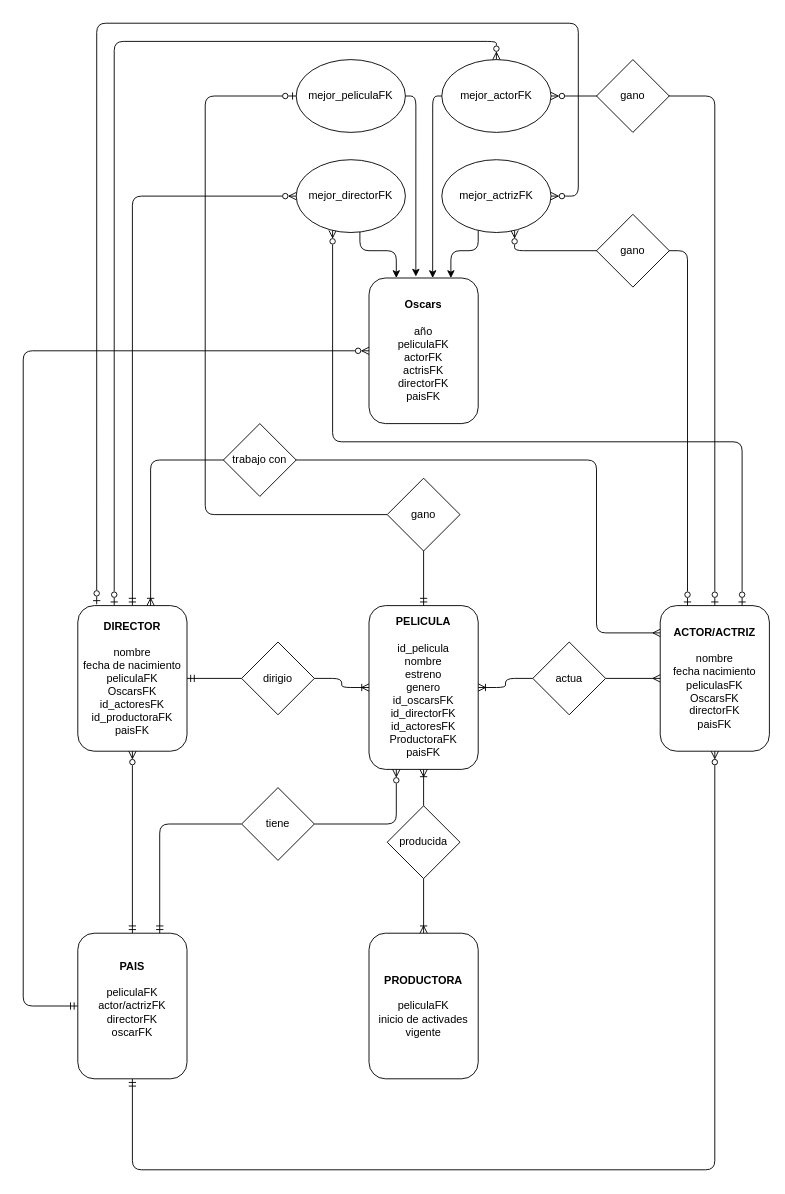
Above: Diagrama.drawio in EmanuelRigo/pre-entrega-1-sql-coderhouse (draw.io), before the change. Source tidied: cells renumbered, new cells numbered last; positions are measured from the earlier drawing's top-left corner, leaving out a move shared by most shapes. Both pictures are drawn from the tidied source at 91%, with x=0, y=0 at pixel (23, 23).
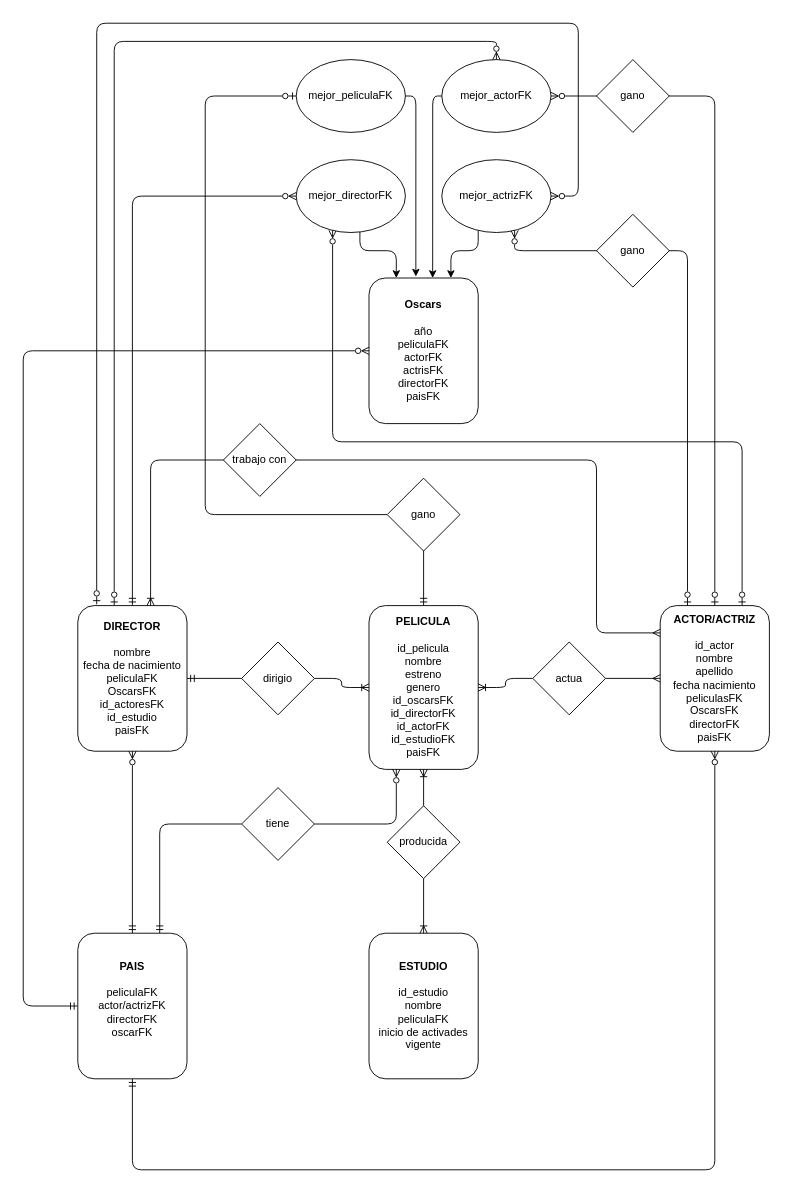
Above is the later version.

What changed in the source:
```diff
@@
-    <mxCell id="2" value="&lt;b&gt;PELICULA&lt;/b&gt;&lt;div&gt;&lt;b&gt;&lt;br&gt;&lt;/b&gt;&lt;/div&gt;&lt;div&gt;id_pelicula&lt;/div&gt;&lt;div&gt;nombre&lt;/div&gt;&lt;div&gt;estreno&lt;/div&gt;&lt;div&gt;genero&lt;/div&gt;&lt;div&gt;id_oscarsFK&lt;/div&gt;&lt;div&gt;id_directorFK&lt;/div&gt;&lt;div&gt;id_actoresFK&lt;/div&gt;&lt;div&gt;ProductoraFK&lt;/div&gt;&lt;div&gt;paisFK&lt;/div&gt;" style="rounded=1;whiteSpace=wrap;html=1;" parent="1" vertex="1">
+    <mxCell id="2" value="&lt;b&gt;PELICULA&lt;/b&gt;&lt;div&gt;&lt;b&gt;&lt;br&gt;&lt;/b&gt;&lt;/div&gt;&lt;div&gt;id_pelicula&lt;/div&gt;&lt;div&gt;nombre&lt;/div&gt;&lt;div&gt;estreno&lt;/div&gt;&lt;div&gt;genero&lt;/div&gt;&lt;div&gt;id_oscarsFK&lt;/div&gt;&lt;div&gt;id_directorFK&lt;/div&gt;&lt;div&gt;id_actorFK&lt;/div&gt;&lt;div&gt;id_estudioFK&lt;/div&gt;&lt;div&gt;paisFK&lt;/div&gt;" style="rounded=1;whiteSpace=wrap;html=1;" parent="1" vertex="1">
       <mxGeometry x="380" y="640" width="120" height="180" as="geometry" />
     </mxCell>
-    <mxCell id="3" value="&lt;b&gt;PRODUCTORA&lt;/b&gt;&lt;div&gt;&lt;b&gt;&lt;br&gt;&lt;/b&gt;&lt;/div&gt;&lt;div&gt;peliculaFK&lt;/div&gt;&lt;div&gt;inicio de activades&lt;/div&gt;&lt;div&gt;vigente&lt;/div&gt;" style="rounded=1;whiteSpace=wrap;html=1;" parent="1" vertex="1">
+    <mxCell id="3" value="&lt;b&gt;ESTUDIO&lt;/b&gt;&lt;br&gt;&lt;div&gt;&lt;b&gt;&lt;br&gt;&lt;/b&gt;&lt;/div&gt;&lt;div&gt;id_estudio&lt;/div&gt;&lt;div&gt;nombre&lt;/div&gt;&lt;div&gt;peliculaFK&lt;/div&gt;&lt;div&gt;inicio de activades&lt;/div&gt;&lt;div&gt;vigente&lt;/div&gt;" style="rounded=1;whiteSpace=wrap;html=1;" parent="1" vertex="1">
       <mxGeometry x="380" y="1000" width="120" height="160" as="geometry" />
     </mxCell>
@@
-    <mxCell id="7" value="&lt;b&gt;ACTOR/ACTRIZ&lt;/b&gt;&lt;br&gt;&lt;div&gt;&lt;br&gt;&lt;/div&gt;&lt;div&gt;nombre&lt;/div&gt;&lt;div&gt;fecha nacimiento&lt;/div&gt;&lt;div&gt;peliculasFK&lt;/div&gt;&lt;div&gt;OscarsFK&lt;/div&gt;&lt;div&gt;directorFK&lt;/div&gt;&lt;div&gt;paisFK&lt;/div&gt;" style="rounded=1;whiteSpace=wrap;html=1;" parent="1" vertex="1">
+    <mxCell id="7" value="&lt;b&gt;ACTOR/ACTRIZ&lt;/b&gt;&lt;br&gt;&lt;div&gt;&lt;br&gt;&lt;/div&gt;&lt;div&gt;id_actor&lt;/div&gt;&lt;div&gt;nombre&lt;/div&gt;&lt;div&gt;apellido&lt;/div&gt;&lt;div&gt;fecha nacimiento&lt;/div&gt;&lt;div&gt;peliculasFK&lt;/div&gt;&lt;div&gt;OscarsFK&lt;/div&gt;&lt;div&gt;directorFK&lt;/div&gt;&lt;div&gt;paisFK&lt;/div&gt;" style="rounded=1;whiteSpace=wrap;html=1;" parent="1" vertex="1">
       <mxGeometry x="700" y="640" width="120" height="160" as="geometry" />
     </mxCell>
@@
-    <mxCell id="28" value="&lt;b&gt;DIRECTOR&lt;/b&gt;&lt;br&gt;&lt;div&gt;&lt;b&gt;&lt;br&gt;&lt;/b&gt;&lt;/div&gt;&lt;div&gt;nombre&lt;/div&gt;&lt;div&gt;fecha de nacimiento&lt;/div&gt;&lt;div&gt;peliculaFK&lt;/div&gt;&lt;div&gt;OscarsFK&lt;/div&gt;&lt;div&gt;id_actoresFK&lt;/div&gt;&lt;div&gt;id_productoraFK&lt;/div&gt;&lt;div&gt;paisFK&lt;/div&gt;" style="rounded=1;whiteSpace=wrap;html=1;" parent="1" vertex="1">
+    <mxCell id="28" value="&lt;b&gt;DIRECTOR&lt;/b&gt;&lt;br&gt;&lt;div&gt;&lt;b&gt;&lt;br&gt;&lt;/b&gt;&lt;/div&gt;&lt;div&gt;nombre&lt;/div&gt;&lt;div&gt;fecha de nacimiento&lt;/div&gt;&lt;div&gt;peliculaFK&lt;/div&gt;&lt;div&gt;OscarsFK&lt;/div&gt;&lt;div&gt;id_actoresFK&lt;/div&gt;&lt;div&gt;id_estudio&lt;/div&gt;&lt;div&gt;paisFK&lt;/div&gt;" style="rounded=1;whiteSpace=wrap;html=1;" parent="1" vertex="1">
       <mxGeometry x="60" y="640" width="120" height="160" as="geometry" />
     </mxCell>
```
